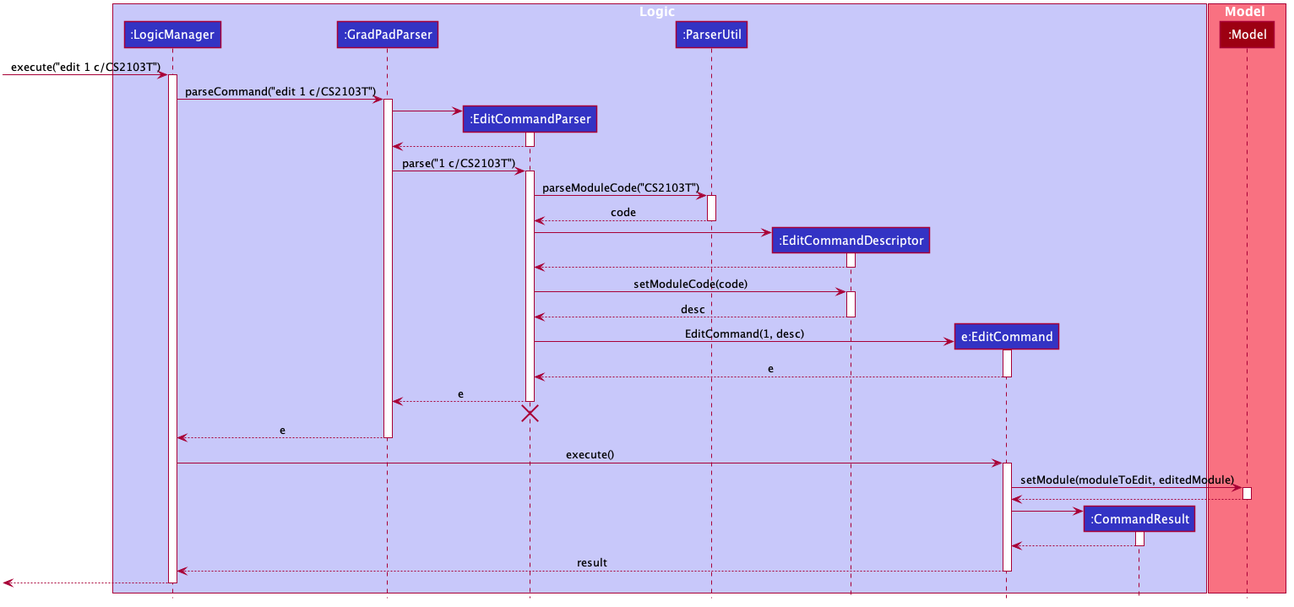
This is docs/images/EditSequenceDiagram.png from yan-soon/tp, a PlantUML export, as it was before one commit. Source of this version:
```plantuml
@startuml








skinparam BackgroundColor #FFFFFFF

skinparam Shadowing false

skinparam Class {
    FontColor #FFFFFF
    BorderThickness 1
    BorderColor #FFFFFF
    StereotypeFontColor #FFFFFF
    FontName Arial
}

skinparam Actor {
    BorderColor #000000
    Color #000000
    FontName Arial
}

skinparam Sequence {
    MessageAlign center
    BoxFontSize 15
    BoxPadding 0
    BoxFontColor #FFFFFF
    FontName Arial
}

skinparam Participant {
    FontColor #FFFFFFF
    Padding 20
}

skinparam MinClassWidth 50
skinparam ParticipantPadding 10
skinparam Shadowing false
skinparam DefaultTextAlignment center
skinparam packageStyle Rectangle

hide footbox
hide members
hide circle

box Logic #C8C8FA
participant ":LogicManager" as LogicManager #3333C4
participant ":GradPadParser" as GradPadParser #3333C4
participant ":EditCommandParser" as EditCommandParser #3333C4
participant ":ParserUtil" as ParserUtil #3333C4
participant ":EditCommandDescriptor" as EditCommandDescriptor #3333C4
participant "e:EditCommand" as EditCommand #3333C4
participant ":CommandResult" as CommandResult #3333C4
end box

box Model #F97181
participant ":Model" as Model #9D0012
end box

[-> LogicManager : execute("edit 1 c/CS2103T")
activate LogicManager

LogicManager -> GradPadParser : parseCommand("edit 1 c/CS2103T")
activate GradPadParser

create EditCommandParser
GradPadParser -> EditCommandParser
activate EditCommandParser

EditCommandParser --> GradPadParser
deactivate EditCommandParser

GradPadParser -> EditCommandParser : parse("1 c/CS2103T")
activate EditCommandParser

EditCommandParser -> ParserUtil : parseModuleCode("CS2103T")
activate ParserUtil

ParserUtil --> EditCommandParser : code
deactivate ParserUtil

create EditCommandDescriptor
EditCommandParser -> EditCommandDescriptor
activate EditCommandDescriptor

EditCommandDescriptor --> EditCommandParser
deactivate EditCommandDescriptor

EditCommandParser -> EditCommandDescriptor : setModuleCode(code)
activate EditCommandDescriptor

EditCommandDescriptor --> EditCommandParser : desc
deactivate EditCommandDescriptor

create EditCommand
EditCommandParser -> EditCommand : EditCommand(1, desc)
activate EditCommand

EditCommand --> EditCommandParser : e
deactivate EditCommand

EditCommandParser --> GradPadParser : e
deactivate EditCommandParser
EditCommandParser -[hidden]-> GradPadParser
destroy EditCommandParser

GradPadParser --> LogicManager : e
deactivate GradPadParser

LogicManager -> EditCommand : execute()
activate EditCommand

EditCommand -> Model : setModule(moduleToEdit, editedModule)
activate Model

Model --> EditCommand
deactivate Model

create CommandResult
EditCommand -> CommandResult
activate CommandResult

CommandResult --> EditCommand
deactivate CommandResult

EditCommand --> LogicManager : result
deactivate EditCommand

[<--LogicManager
deactivate LogicManager
@enduml
```
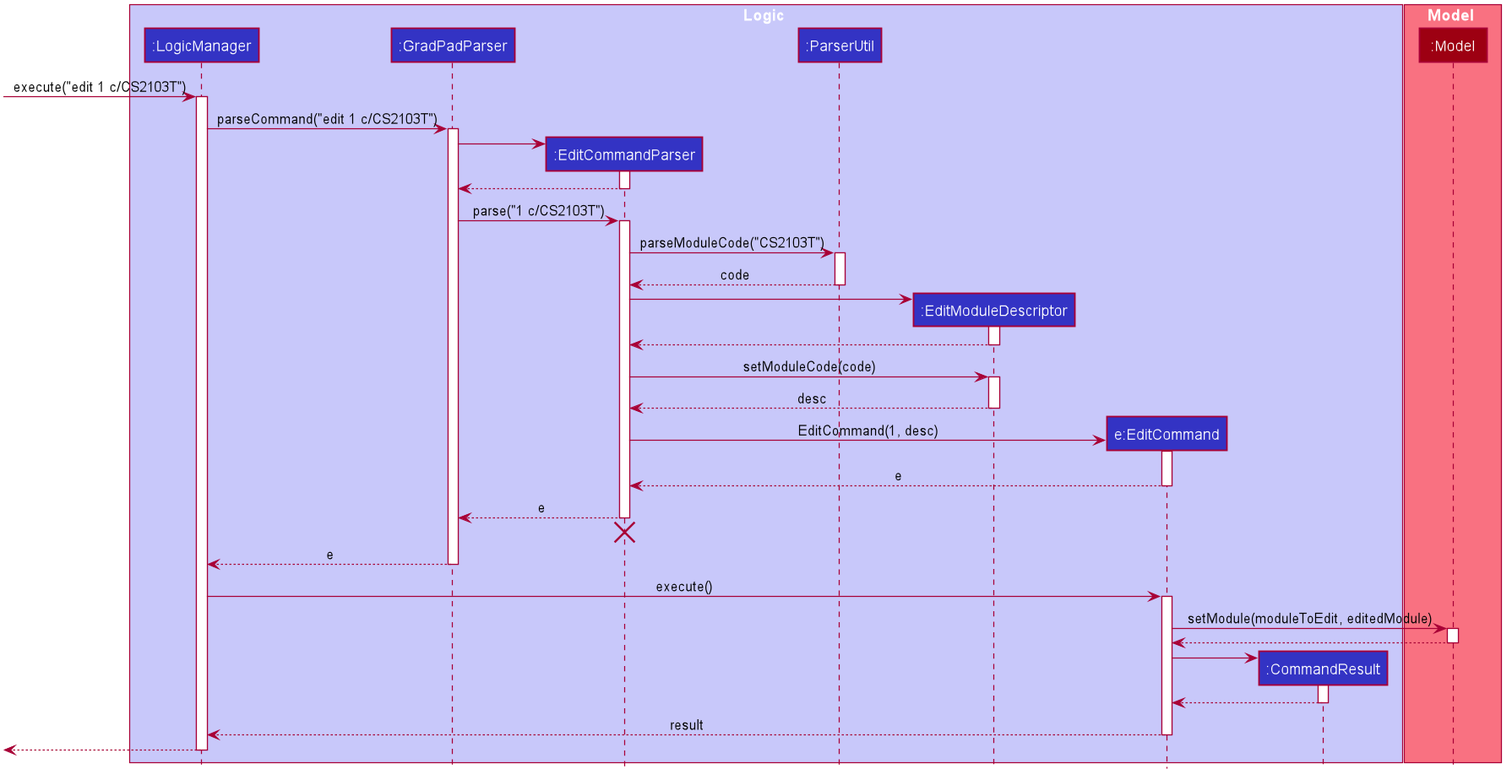
After the commit.

Commit message:
Update EditSequenceDiagram image and Manual test cases for DeleteCommand

The edit, as a diff of the source:
```diff
@@ -53,7 +53,7 @@
 participant ":GradPadParser" as GradPadParser #3333C4
 participant ":EditCommandParser" as EditCommandParser #3333C4
 participant ":ParserUtil" as ParserUtil #3333C4
-participant ":EditCommandDescriptor" as EditCommandDescriptor #3333C4
+participant ":EditModuleDescriptor" as EditModuleDescriptor #3333C4
 participant "e:EditCommand" as EditCommand #3333C4
 participant ":CommandResult" as CommandResult #3333C4
 end box
@@ -84,18 +84,18 @@
 ParserUtil --> EditCommandParser : code
 deactivate ParserUtil
 
-create EditCommandDescriptor
-EditCommandParser -> EditCommandDescriptor
-activate EditCommandDescriptor
+create EditModuleDescriptor
+EditCommandParser -> EditModuleDescriptor
+activate EditModuleDescriptor
 
-EditCommandDescriptor --> EditCommandParser
-deactivate EditCommandDescriptor
+EditModuleDescriptor --> EditCommandParser
+deactivate EditModuleDescriptor
 
-EditCommandParser -> EditCommandDescriptor : setModuleCode(code)
-activate EditCommandDescriptor
+EditCommandParser -> EditModuleDescriptor : setModuleCode(code)
+activate EditModuleDescriptor
 
-EditCommandDescriptor --> EditCommandParser : desc
-deactivate EditCommandDescriptor
+EditModuleDescriptor --> EditCommandParser : desc
+deactivate EditModuleDescriptor
 
 create EditCommand
 EditCommandParser -> EditCommand : EditCommand(1, desc)
```
